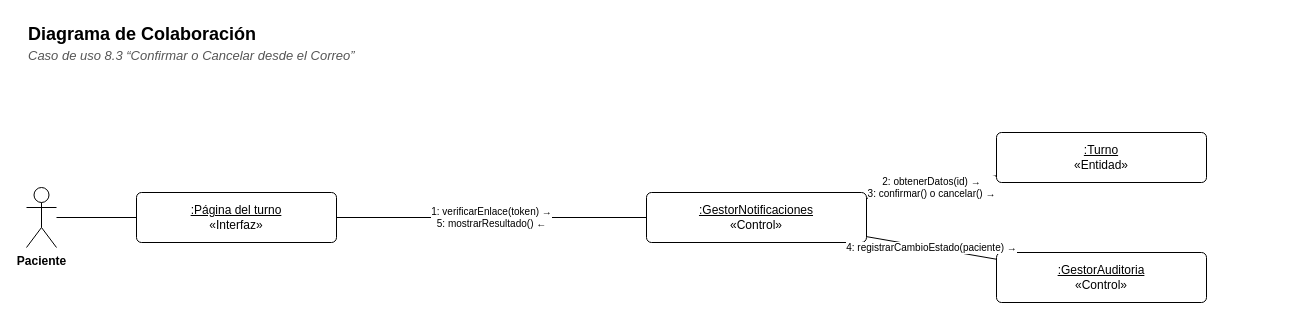
The draw.io diagram docs/diagramas/colaboracion-8-3.drawio in Matiglorioso/kineturnos, before the edit. Source tidied: cells renumbered, new cells numbered last; positions are measured from the earlier drawing's top-left corner, leaving out a move shared by most shapes. Both pictures are drawn from the tidied source at 100%, with x=0, y=0 at pixel (26, 17).
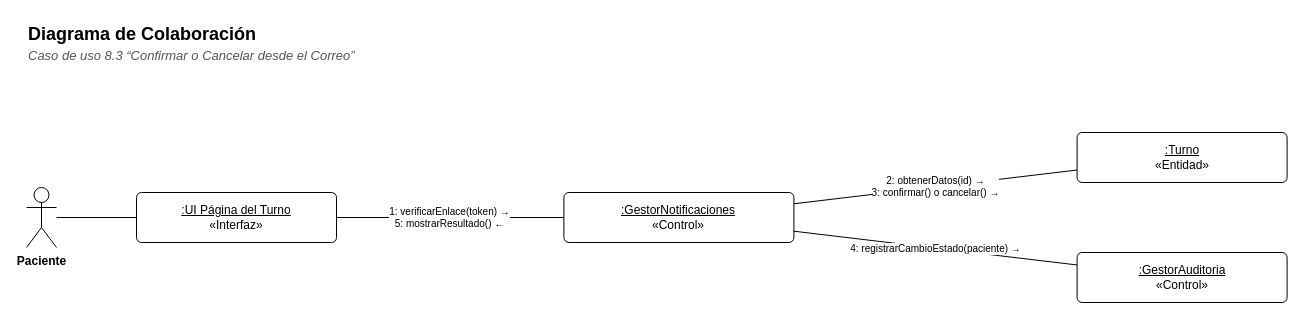
The same diagram, later.

Diff of the diagram source:
```diff
@@
 <mxGraphModel background="#FFFFFF">
   <root>
     <mxCell id="0" />
     <mxCell id="1" parent="0" />
     <mxCell id="2" value="&lt;b&gt;Diagrama de Colaboración&lt;/b&gt;" style="text;html=1;strokeColor=none;fillColor=none;align=left;verticalAlign=top;whiteSpace=wrap;fontFamily=Helvetica;fontSize=18;" parent="1" vertex="1">
       <mxGeometry width="900" height="26" as="geometry" />
     </mxCell>
     <mxCell id="3" value="&lt;i&gt;Caso de uso 8.3 “Confirmar o Cancelar desde el Correo”&lt;/i&gt;" style="text;html=1;strokeColor=none;fillColor=none;align=left;verticalAlign=top;whiteSpace=wrap;fontFamily=Helvetica;fontSize=13;fontColor=#555555;" parent="1" vertex="1">
       <mxGeometry y="24" width="900" height="20" as="geometry" />
     </mxCell>
     <mxCell id="4" value="Paciente" style="shape=umlActor;verticalLabelPosition=bottom;verticalAlign=top;html=1;outlineConnect=0;fillColor=#FFFFFF;strokeColor=#000000;fontFamily=Helvetica;fontSize=12;fontStyle=1;" parent="1" vertex="1">
       <mxGeometry y="170" width="30" height="60" as="geometry" />
     </mxCell>
-    <mxCell id="5" value="&lt;u&gt;:Página del turno&lt;/u&gt;&lt;br&gt;«Interfaz»" style="rounded=0;whiteSpace=wrap;html=1;fillColor=#FFFFFF;strokeColor=#000000;fontFamily=Helvetica;fontSize=12;rounded=1;arcSize=10;" parent="1" vertex="1">
+    <mxCell id="5" value="&lt;u&gt;:UI Página del Turno&lt;/u&gt;&lt;br&gt;«Interfaz»" style="rounded=0;whiteSpace=wrap;html=1;fillColor=#FFFFFF;strokeColor=#000000;fontFamily=Helvetica;fontSize=12;rounded=1;arcSize=10;" parent="1" vertex="1">
       <mxGeometry x="110" y="175" width="200" height="50" as="geometry" />
     </mxCell>
     <mxCell id="6" value="&lt;u&gt;:GestorNotificaciones&lt;/u&gt;&lt;br&gt;«Control»" style="rounded=0;whiteSpace=wrap;html=1;fillColor=#FFFFFF;strokeColor=#000000;fontFamily=Helvetica;fontSize=12;rounded=1;arcSize=10;" parent="1" vertex="1">
-      <mxGeometry x="620" y="175" width="220" height="50" as="geometry" />
+      <mxGeometry x="537.4" y="175" width="230" height="50" as="geometry" />
     </mxCell>
     <mxCell id="7" value="&lt;u&gt;:Turno&lt;/u&gt;&lt;br&gt;«Entidad»" style="rounded=0;whiteSpace=wrap;html=1;fillColor=#FFFFFF;strokeColor=#000000;fontFamily=Helvetica;fontSize=12;rounded=1;arcSize=10;" parent="1" vertex="1">
-      <mxGeometry x="970" y="115" width="210" height="50" as="geometry" />
+      <mxGeometry x="1050.6" y="115" width="210" height="50" as="geometry" />
     </mxCell>
     <mxCell id="8" value="&lt;u&gt;:GestorAuditoria&lt;/u&gt;&lt;br&gt;«Control»" style="rounded=0;whiteSpace=wrap;html=1;fillColor=#FFFFFF;strokeColor=#000000;fontFamily=Helvetica;fontSize=12;rounded=1;arcSize=10;" parent="1" vertex="1">
-      <mxGeometry x="970" y="235" width="210" height="50" as="geometry" />
+      <mxGeometry x="1050.6" y="235" width="210" height="50" as="geometry" />
     </mxCell>
     <mxCell id="9" style="edgeStyle=none;html=1;endArrow=none;endFill=0;strokeColor=#000000;fontFamily=Helvetica;fontSize=11;labelBackgroundColor=#FFFFFF;" parent="1" edge="1" source="4" target="5">
       <mxGeometry relative="1" as="geometry" />
     </mxCell>
     <mxCell id="10" value="1: verificarEnlace(token) →&lt;br&gt;5: mostrarResultado() ←" style="edgeStyle=none;html=1;endArrow=none;endFill=0;strokeColor=#000000;fontFamily=Helvetica;fontSize=11;labelBackgroundColor=#FFFFFF;fontSize=10;" parent="1" edge="1" source="6" target="5">
       <mxGeometry relative="1" as="geometry" />
     </mxCell>
     <mxCell id="11" value="2: obtenerDatos(id) →&lt;br&gt;3: confirmar() o cancelar() →" style="edgeStyle=none;html=1;endArrow=none;endFill=0;strokeColor=#000000;fontFamily=Helvetica;fontSize=11;labelBackgroundColor=#FFFFFF;fontSize=10;" parent="1" edge="1" source="7" target="6">
       <mxGeometry relative="1" as="geometry" />
     </mxCell>
     <mxCell id="12" value="4: registrarCambioEstado(paciente) →" style="edgeStyle=none;html=1;endArrow=none;endFill=0;strokeColor=#000000;fontFamily=Helvetica;fontSize=11;labelBackgroundColor=#FFFFFF;fontSize=10;" parent="1" edge="1" source="8" target="6">
       <mxGeometry relative="1" as="geometry" />
     </mxCell>
   </root>
 </mxGraphModel>
```
